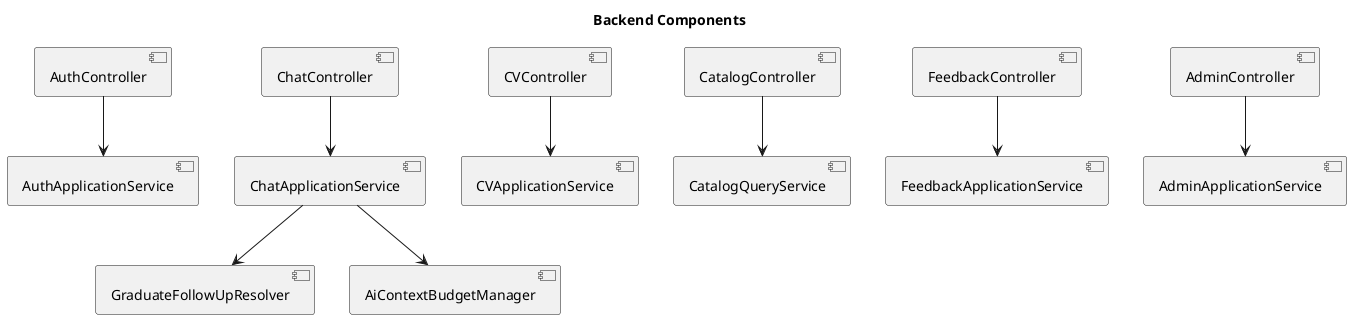
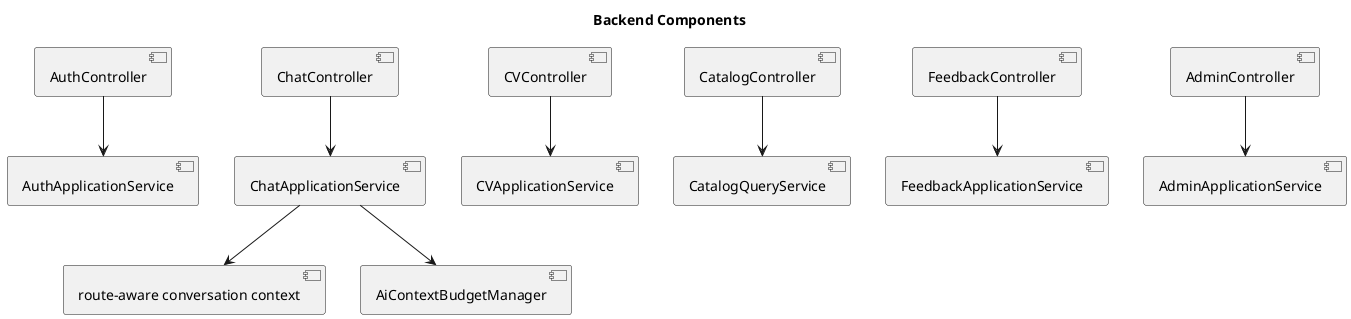
@startuml
title Backend Components
[AuthController] --> [AuthApplicationService]
[ChatController] --> [ChatApplicationService]
[CVController] --> [CVApplicationService]
[CatalogController] --> [CatalogQueryService]
[FeedbackController] --> [FeedbackApplicationService]
[AdminController] --> [AdminApplicationService]
- [ChatApplicationService] --> [GraduateFollowUpResolver]
+ [ChatApplicationService] --> [route-aware conversation context]
[ChatApplicationService] --> [AiContextBudgetManager]
@enduml
